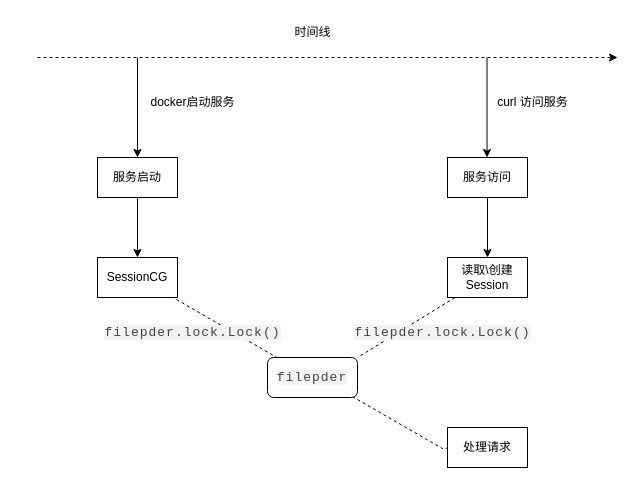
Earlier version of the draw.io diagram blog/casdoor-session.drawio (kehaha-5/drawio). Source tidied: cells renumbered, new cells numbered last; positions are measured from the earlier drawing's top-left corner, leaving out a move shared by most shapes. Both pictures are drawn from the tidied source at 100%, with x=0, y=0 at pixel (37, 17).
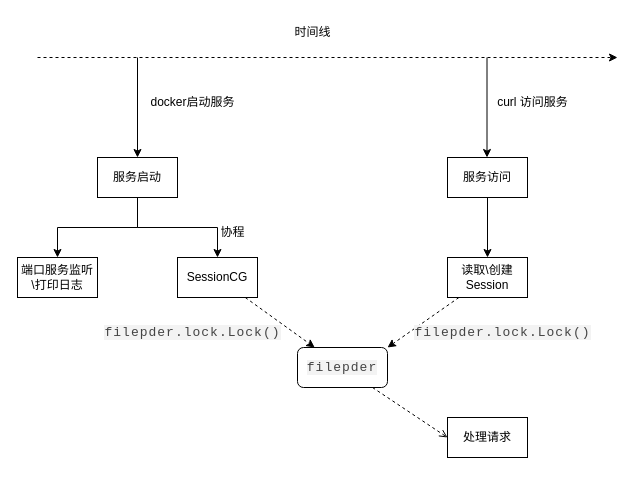
The same diagram, later.

The change refers to these unchanged cells:
```xml
<mxCell id="3" value="服务启动" style="rounded=0;whiteSpace=wrap;html=1;" parent="1" vertex="1">
  <mxGeometry x="60" y="140" width="80" height="40" as="geometry" />
</mxCell>
<mxCell id="11" value="读取\创建Session" style="rounded=0;whiteSpace=wrap;html=1;" parent="1" vertex="1">
  <mxGeometry x="410" y="240" width="80" height="40" as="geometry" />
</mxCell>
```

What changed in the source:
```diff
@@
+    <mxCell id="21" style="edgeStyle=orthogonalEdgeStyle;rounded=0;jettySize=auto;html=1;" parent="1" edge="1" source="3" target="22">
+      <mxGeometry relative="1" as="geometry" />
+    </mxCell>
@@
-    <mxCell id="4" style="edgeStyle=isometricEdgeStyle;rounded=0;jettySize=auto;html=1;dashed=1;" parent="1" edge="1" source="5" target="7">
+    <mxCell id="4" style="rounded=0;jettySize=auto;html=1;dashed=1;" parent="1" edge="1" source="5" target="7">
       <mxGeometry relative="1" as="geometry" />
     </mxCell>
     <mxCell id="5" value="SessionCG" style="rounded=0;whiteSpace=wrap;html=1;" parent="1" vertex="1">
-      <mxGeometry x="60" y="240" width="80" height="40" as="geometry" />
+      <mxGeometry x="140" y="240" width="80" height="40" as="geometry" />
     </mxCell>
-    <mxCell id="6" style="edgeStyle=isometricEdgeStyle;rounded=0;jettySize=auto;html=1;dashed=1;endArrow=none;startFill=0;" parent="1" edge="1" source="7">
-      <mxGeometry relative="1" as="geometry">
-        <mxPoint x="410" y="430" as="targetPoint" />
-      </mxGeometry>
+    <mxCell id="6" style="rounded=0;jettySize=auto;html=1;dashed=1;endArrow=open;startFill=0;endFill=0;entryX=0;entryY=0.5;entryDx=0;entryDy=0;" parent="1" edge="1" source="7" target="12">
+      <mxGeometry relative="1" as="geometry" />
     </mxCell>
     <mxCell id="7" value="&lt;span style=&quot;color: rgb(68, 68, 68); font-family: consolas, Menlo, &amp;quot;PingFang SC&amp;quot;, &amp;quot;Microsoft YaHei&amp;quot;, monospace; font-size: 13px; letter-spacing: 1px; text-align: start; white-space: pre; background-color: rgb(243, 243, 243);&quot;&gt;filepder&lt;/span&gt;" style="rounded=1;whiteSpace=wrap;html=1;" parent="1" vertex="1">
-      <mxGeometry x="230" y="340" width="90" height="40" as="geometry" />
+      <mxGeometry x="260" y="330" width="90" height="40" as="geometry" />
     </mxCell>
@@
-    <mxCell id="10" style="rounded=0;jettySize=auto;html=1;elbow=vertical;dashed=1;endArrow=none;startFill=0;entryX=1;entryY=0;entryDx=0;entryDy=0;" parent="1" edge="1" source="11" target="7">
+    <mxCell id="10" style="rounded=0;jettySize=auto;html=1;elbow=vertical;dashed=1;endArrow=classic;startFill=0;entryX=1;entryY=0;entryDx=0;entryDy=0;endFill=1;" parent="1" edge="1" source="11" target="7">
       <mxGeometry relative="1" as="geometry" />
     </mxCell>
@@
     <mxCell id="12" value="处理请求" style="rounded=0;whiteSpace=wrap;html=1;" parent="1" vertex="1">
-      <mxGeometry x="410" y="410" width="80" height="40" as="geometry" />
+      <mxGeometry x="410" y="400" width="80" height="40" as="geometry" />
     </mxCell>
@@
     <mxCell id="14" value="&lt;span style=&quot;color: rgb(68, 68, 68); font-family: consolas, Menlo, &amp;quot;PingFang SC&amp;quot;, &amp;quot;Microsoft YaHei&amp;quot;, monospace; font-size: 13px; letter-spacing: 1px; text-align: start; white-space-collapse: preserve; background-color: rgb(243, 243, 243);&quot;&gt;filepder.lock.Lock()&lt;/span&gt;" style="text;html=1;align=center;verticalAlign=middle;strokeColor=none;fillColor=none;" parent="1" vertex="1">
-      <mxGeometry x="310" y="300" width="190" height="30" as="geometry" />
+      <mxGeometry x="370" y="300" width="190" height="30" as="geometry" />
     </mxCell>
@@
+    <mxCell id="22" value="端口服务监听\打印日志" style="rounded=0;whiteSpace=wrap;html=1;" parent="1" vertex="1">
+      <mxGeometry x="-20" y="240" width="80" height="40" as="geometry" />
+    </mxCell>
+    <mxCell id="23" value="协程" style="text;html=1;align=center;verticalAlign=middle;strokeColor=none;fillColor=none;" parent="1" vertex="1">
+      <mxGeometry x="170" y="200" width="50" height="30" as="geometry" />
+    </mxCell>
```
